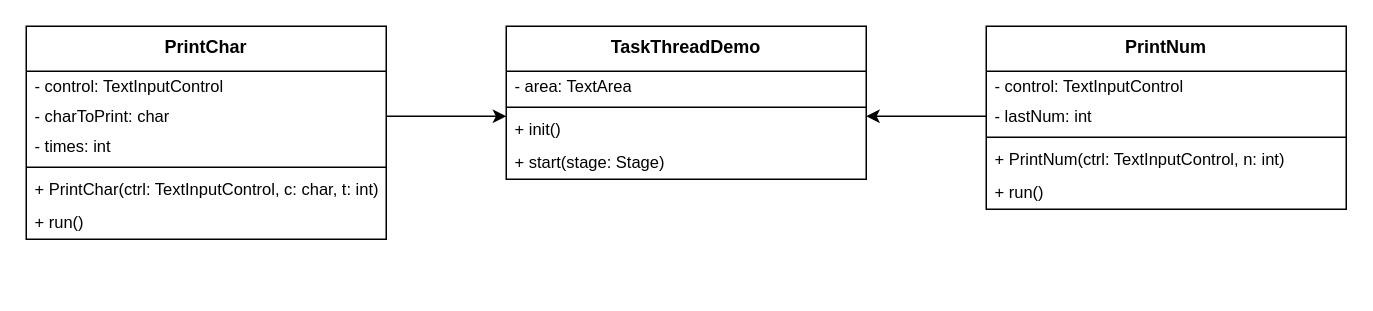
The draw.io diagram assignments/hw9/diagram.drawio in hanggrian/IIT-ITM510, before the edit. Source tidied: cells renumbered, new cells numbered last; positions are measured from the earlier drawing's top-left corner, leaving out a move shared by most shapes. Both pictures are drawn from the tidied source at 150%, with x=0, y=0 at pixel (26, 26).
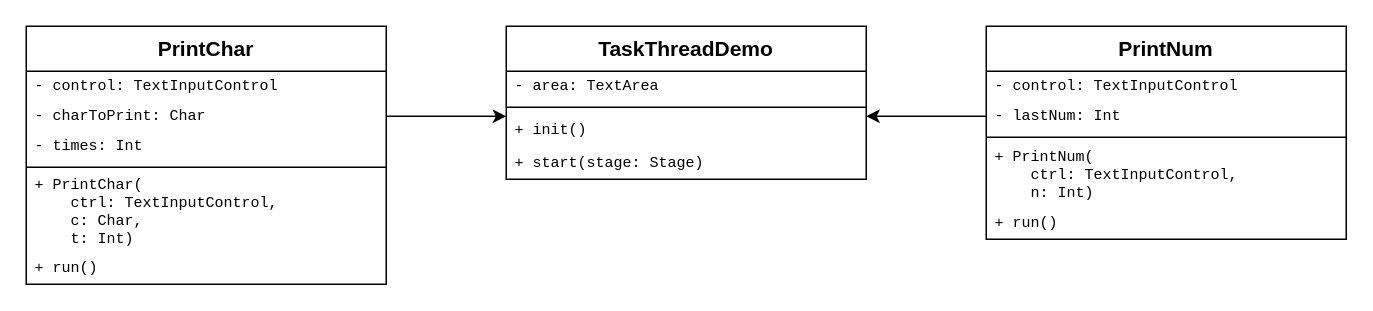
The same diagram, later.

Diff of the diagram source:
```diff
@@
-    <mxCell id="2" value="PrintNum" style="swimlane;fontStyle=1;align=center;verticalAlign=top;horizontal=1;startSize=30;whiteSpace=wrap;html=1;" parent="1" vertex="1">
-      <mxGeometry x="640" width="240" height="122" as="geometry" />
+    <mxCell id="2" value="PrintNum" style="swimlane;fontStyle=1;align=center;verticalAlign=top;horizontal=1;startSize=30;whiteSpace=wrap;html=1;fontSize=14;" parent="1" vertex="1">
+      <mxGeometry x="640" width="240" height="142" as="geometry" />
     </mxCell>
-    <mxCell id="3" value="- control: TextInputControl" style="text;strokeColor=none;fillColor=none;align=left;verticalAlign=middle;spacingLeft=4;spacingRight=4;overflow=hidden;whiteSpace=wrap;html=1;fontSize=11;" parent="2" vertex="1">
+    <mxCell id="3" value="- control: TextInputControl" style="text;strokeColor=none;fillColor=none;align=left;verticalAlign=middle;spacingLeft=4;spacingRight=4;overflow=hidden;whiteSpace=wrap;html=1;fontSize=10;fontFamily=Courier New;" parent="2" vertex="1">
       <mxGeometry y="30" width="240" height="20" as="geometry" />
     </mxCell>
-    <mxCell id="4" value="- lastNum: int" style="text;strokeColor=none;fillColor=none;align=left;verticalAlign=middle;spacingLeft=4;spacingRight=4;overflow=hidden;points=[[0,0.5],[1,0.5]];portConstraint=eastwest;whiteSpace=wrap;html=1;fontSize=11;" parent="2" vertex="1">
+    <mxCell id="4" value="- lastNum: Int" style="text;strokeColor=none;fillColor=none;align=left;verticalAlign=middle;spacingLeft=4;spacingRight=4;overflow=hidden;points=[[0,0.5],[1,0.5]];portConstraint=eastwest;whiteSpace=wrap;html=1;fontSize=10;fontFamily=Courier New;" parent="2" vertex="1">
       <mxGeometry y="50" width="240" height="20" as="geometry" />
     </mxCell>
-    <mxCell id="5" style="line;strokeWidth=1;fillColor=none;align=left;verticalAlign=middle;spacingTop=-1;spacingLeft=3;spacingRight=3;labelPosition=right;strokeColor=inherit;" parent="2" vertex="1">
+    <mxCell id="5" style="line;strokeWidth=1;fillColor=none;align=left;verticalAlign=middle;spacingTop=-1;spacingLeft=3;spacingRight=3;labelPosition=right;strokeColor=inherit;fontSize=10;fontFamily=Courier New;" parent="2" vertex="1">
       <mxGeometry y="70" width="240" height="8" as="geometry" />
     </mxCell>
-    <mxCell id="6" value="+&amp;nbsp;PrintNum&lt;span style=&quot;background-color: initial;&quot;&gt;(ctrl: TextInputControl, n: int)&lt;/span&gt;" style="text;strokeColor=none;fillColor=none;align=left;verticalAlign=middle;spacingLeft=4;spacingRight=4;overflow=hidden;whiteSpace=wrap;html=1;fontSize=11;" parent="2" vertex="1">
-      <mxGeometry y="78" width="240" height="22" as="geometry" />
+    <mxCell id="6" value="+&amp;nbsp;PrintNum&lt;span style=&quot;background-color: initial; font-size: 10px;&quot;&gt;(&lt;/span&gt;&lt;div&gt;&lt;span style=&quot;background-color: initial; font-size: 10px;&quot;&gt;&amp;nbsp; &amp;nbsp; ctrl: TextInputControl,&lt;/span&gt;&lt;/div&gt;&lt;div&gt;&lt;span style=&quot;background-color: initial; font-size: 10px;&quot;&gt;&amp;nbsp; &amp;nbsp; n: Int)&lt;/span&gt;&lt;/div&gt;" style="text;strokeColor=none;fillColor=none;align=left;verticalAlign=middle;spacingLeft=4;spacingRight=4;overflow=hidden;whiteSpace=wrap;html=1;fontSize=10;fontFamily=Courier New;" parent="2" vertex="1">
+      <mxGeometry y="78" width="240" height="42" as="geometry" />
     </mxCell>
-    <mxCell id="7" value="+&amp;nbsp;run()" style="text;strokeColor=none;fillColor=none;align=left;verticalAlign=middle;spacingLeft=4;spacingRight=4;overflow=hidden;whiteSpace=wrap;html=1;fontSize=11;" parent="2" vertex="1">
-      <mxGeometry y="100" width="240" height="22" as="geometry" />
+    <mxCell id="7" value="+&amp;nbsp;run()" style="text;strokeColor=none;fillColor=none;align=left;verticalAlign=middle;spacingLeft=4;spacingRight=4;overflow=hidden;whiteSpace=wrap;html=1;fontSize=10;fontFamily=Courier New;" parent="2" vertex="1">
+      <mxGeometry y="120" width="240" height="22" as="geometry" />
     </mxCell>
-    <mxCell id="8" value="TaskThreadDemo" style="swimlane;fontStyle=1;align=center;verticalAlign=top;horizontal=1;startSize=30;whiteSpace=wrap;html=1;" parent="1" vertex="1">
+    <mxCell id="8" value="TaskThreadDemo" style="swimlane;fontStyle=1;align=center;verticalAlign=top;horizontal=1;startSize=30;whiteSpace=wrap;html=1;fontSize=14;" parent="1" vertex="1">
       <mxGeometry x="320" width="240" height="102" as="geometry" />
     </mxCell>
-    <mxCell id="9" value="- area: TextArea" style="text;strokeColor=none;fillColor=none;align=left;verticalAlign=middle;spacingLeft=4;spacingRight=4;overflow=hidden;whiteSpace=wrap;html=1;fontSize=11;" parent="8" vertex="1">
+    <mxCell id="9" value="- area: TextArea" style="text;strokeColor=none;fillColor=none;align=left;verticalAlign=middle;spacingLeft=4;spacingRight=4;overflow=hidden;whiteSpace=wrap;html=1;fontSize=10;fontFamily=Courier New;" parent="8" vertex="1">
       <mxGeometry y="30" width="240" height="20" as="geometry" />
     </mxCell>
-    <mxCell id="10" style="line;strokeWidth=1;fillColor=none;align=left;verticalAlign=middle;spacingTop=-1;spacingLeft=3;spacingRight=3;labelPosition=right;strokeColor=inherit;" parent="8" vertex="1">
+    <mxCell id="10" style="line;strokeWidth=1;fillColor=none;align=left;verticalAlign=middle;spacingTop=-1;spacingLeft=3;spacingRight=3;labelPosition=right;strokeColor=inherit;fontSize=10;fontFamily=Courier New;" parent="8" vertex="1">
       <mxGeometry y="50" width="240" height="8" as="geometry" />
     </mxCell>
-    <mxCell id="11" value="+&amp;nbsp;init()" style="text;strokeColor=none;fillColor=none;align=left;verticalAlign=middle;spacingLeft=4;spacingRight=4;overflow=hidden;whiteSpace=wrap;html=1;fontSize=11;" parent="8" vertex="1">
+    <mxCell id="11" value="+&amp;nbsp;init()" style="text;strokeColor=none;fillColor=none;align=left;verticalAlign=middle;spacingLeft=4;spacingRight=4;overflow=hidden;whiteSpace=wrap;html=1;fontSize=10;fontFamily=Courier New;" parent="8" vertex="1">
       <mxGeometry y="58" width="240" height="22" as="geometry" />
     </mxCell>
-    <mxCell id="12" value="+&amp;nbsp;start(stage: Stage)" style="text;strokeColor=none;fillColor=none;align=left;verticalAlign=middle;spacingLeft=4;spacingRight=4;overflow=hidden;whiteSpace=wrap;html=1;fontSize=11;" parent="8" vertex="1">
+    <mxCell id="12" value="+&amp;nbsp;start(stage: Stage)" style="text;strokeColor=none;fillColor=none;align=left;verticalAlign=middle;spacingLeft=4;spacingRight=4;overflow=hidden;whiteSpace=wrap;html=1;fontSize=10;fontFamily=Courier New;" parent="8" vertex="1">
       <mxGeometry y="80" width="240" height="22" as="geometry" />
     </mxCell>
-    <mxCell id="13" value="PrintChar" style="swimlane;fontStyle=1;align=center;verticalAlign=top;horizontal=1;startSize=30;whiteSpace=wrap;html=1;" parent="1" vertex="1">
-      <mxGeometry width="240" height="142" as="geometry" />
+    <mxCell id="13" value="PrintChar" style="swimlane;fontStyle=1;align=center;verticalAlign=top;horizontal=1;startSize=30;whiteSpace=wrap;html=1;fontSize=14;" parent="1" vertex="1">
+      <mxGeometry width="240" height="172" as="geometry" />
     </mxCell>
-    <mxCell id="14" value="- control: TextInputControl" style="text;strokeColor=none;fillColor=none;align=left;verticalAlign=middle;spacingLeft=4;spacingRight=4;overflow=hidden;whiteSpace=wrap;html=1;fontSize=11;" parent="13" vertex="1">
+    <mxCell id="14" value="- control: TextInputControl" style="text;strokeColor=none;fillColor=none;align=left;verticalAlign=middle;spacingLeft=4;spacingRight=4;overflow=hidden;whiteSpace=wrap;html=1;fontSize=10;fontFamily=Courier New;" parent="13" vertex="1">
       <mxGeometry y="30" width="240" height="20" as="geometry" />
     </mxCell>
-    <mxCell id="15" value="- charToPrint: char" style="text;strokeColor=none;fillColor=none;align=left;verticalAlign=middle;spacingLeft=4;spacingRight=4;overflow=hidden;points=[[0,0.5],[1,0.5]];portConstraint=eastwest;whiteSpace=wrap;html=1;fontSize=11;" parent="13" vertex="1">
+    <mxCell id="15" value="- charToPrint: Char" style="text;strokeColor=none;fillColor=none;align=left;verticalAlign=middle;spacingLeft=4;spacingRight=4;overflow=hidden;points=[[0,0.5],[1,0.5]];portConstraint=eastwest;whiteSpace=wrap;html=1;fontSize=10;fontFamily=Courier New;" parent="13" vertex="1">
       <mxGeometry y="50" width="240" height="20" as="geometry" />
     </mxCell>
-    <mxCell id="16" value="- times: int" style="text;strokeColor=none;fillColor=none;align=left;verticalAlign=middle;spacingLeft=4;spacingRight=4;overflow=hidden;whiteSpace=wrap;html=1;fontSize=11;" parent="13" vertex="1">
+    <mxCell id="16" value="- times: Int" style="text;strokeColor=none;fillColor=none;align=left;verticalAlign=middle;spacingLeft=4;spacingRight=4;overflow=hidden;whiteSpace=wrap;html=1;fontSize=10;fontFamily=Courier New;" parent="13" vertex="1">
       <mxGeometry y="70" width="240" height="20" as="geometry" />
     </mxCell>
-    <mxCell id="17" style="line;strokeWidth=1;fillColor=none;align=left;verticalAlign=middle;spacingTop=-1;spacingLeft=3;spacingRight=3;labelPosition=right;strokeColor=inherit;" parent="13" vertex="1">
+    <mxCell id="17" style="line;strokeWidth=1;fillColor=none;align=left;verticalAlign=middle;spacingTop=-1;spacingLeft=3;spacingRight=3;labelPosition=right;strokeColor=inherit;fontSize=10;fontFamily=Courier New;" parent="13" vertex="1">
       <mxGeometry y="90" width="240" height="8" as="geometry" />
     </mxCell>
-    <mxCell id="18" value="+&amp;nbsp;PrintChar(ctrl: TextInputControl, c: char, t: int)" style="text;strokeColor=none;fillColor=none;align=left;verticalAlign=middle;spacingLeft=4;spacingRight=4;overflow=hidden;whiteSpace=wrap;html=1;fontSize=11;" parent="13" vertex="1">
-      <mxGeometry y="98" width="240" height="22" as="geometry" />
+    <mxCell id="18" value="+&amp;nbsp;PrintChar(&lt;div&gt;&amp;nbsp; &amp;nbsp; ctrl: TextInputControl,&lt;/div&gt;&lt;div&gt;&amp;nbsp; &amp;nbsp; c: Char,&lt;/div&gt;&lt;div&gt;&amp;nbsp; &amp;nbsp; t: Int)&lt;/div&gt;" style="text;strokeColor=none;fillColor=none;align=left;verticalAlign=middle;spacingLeft=4;spacingRight=4;overflow=hidden;whiteSpace=wrap;html=1;fontSize=10;fontFamily=Courier New;" parent="13" vertex="1">
+      <mxGeometry y="98" width="240" height="52" as="geometry" />
     </mxCell>
-    <mxCell id="19" value="+&amp;nbsp;run()" style="text;strokeColor=none;fillColor=none;align=left;verticalAlign=middle;spacingLeft=4;spacingRight=4;overflow=hidden;whiteSpace=wrap;html=1;fontSize=11;" parent="13" vertex="1">
-      <mxGeometry y="120" width="240" height="22" as="geometry" />
+    <mxCell id="19" value="+&amp;nbsp;run()" style="text;strokeColor=none;fillColor=none;align=left;verticalAlign=middle;spacingLeft=4;spacingRight=4;overflow=hidden;whiteSpace=wrap;html=1;fontSize=10;fontFamily=Courier New;" parent="13" vertex="1">
+      <mxGeometry y="150" width="240" height="22" as="geometry" />
     </mxCell>
```
